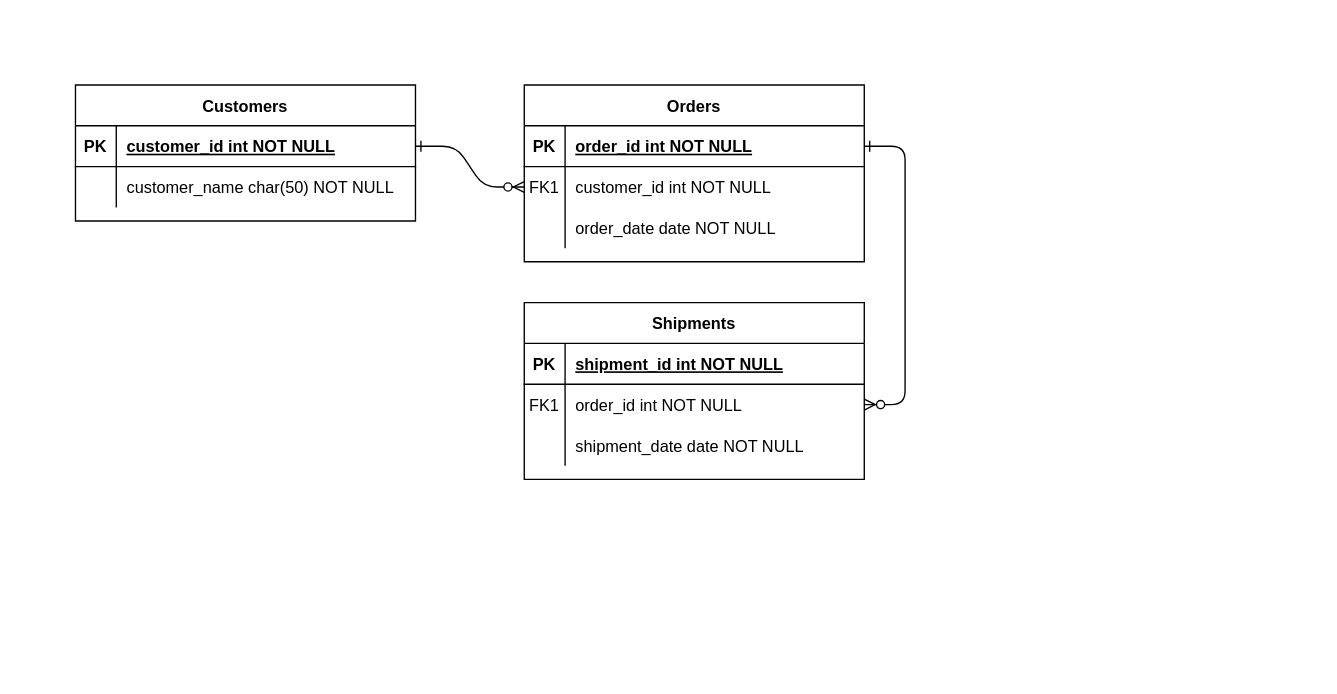
Before: Lab2.drawio in txd5297/Intro-for-ist210, a draw.io diagram. Source tidied: cells renumbered, new cells numbered last; positions are measured from the earlier drawing's top-left corner, leaving out a move shared by most shapes. Both pictures are drawn from the tidied source at 136%, with x=0, y=0 at pixel (75, 84).
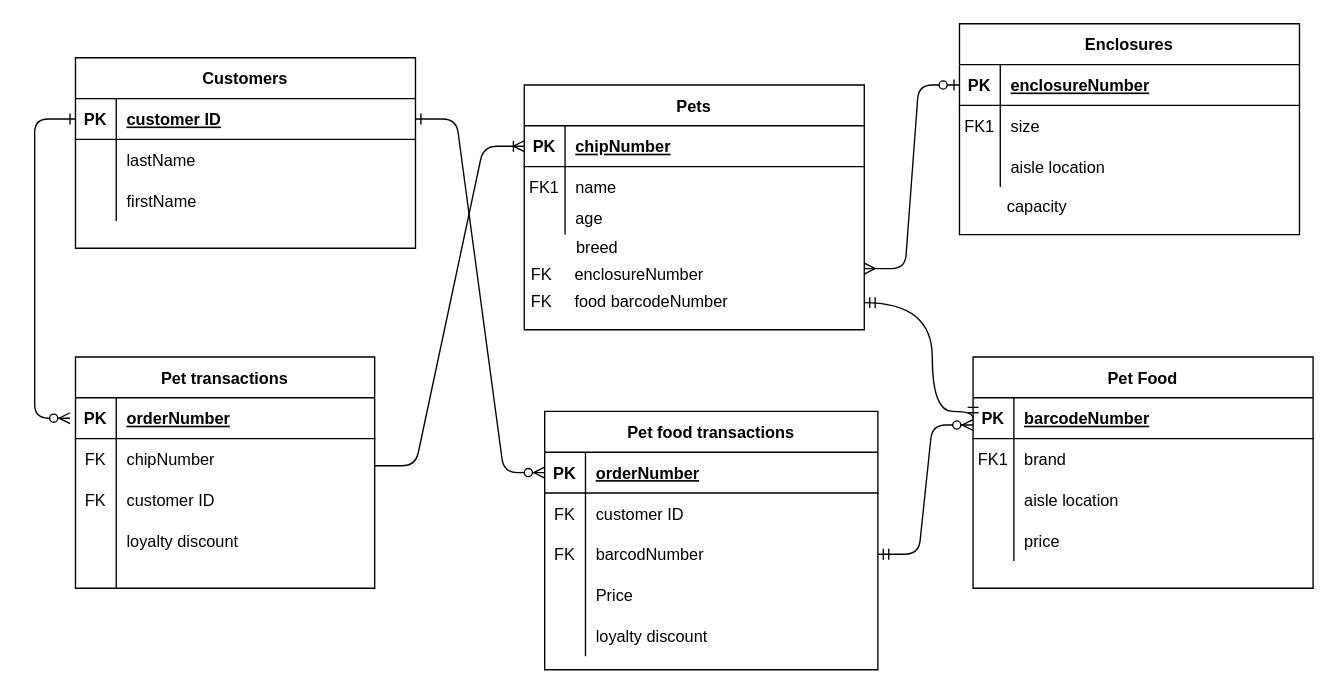
After the change.

The change refers to these unchanged cells:
```xml
<mxCell id="5" style="shape=partialRectangle;fillColor=none;points=[[0,0.5],[1,0.5]];portConstraint=eastwest;top=0;left=0;right=0;bottom=1;" parent="4" vertex="1">
  <mxGeometry y="30" width="250" height="30" as="geometry" />
</mxCell>
<mxCell id="8" style="shape=partialRectangle;fillColor=none;points=[[0,0.5],[1,0.5]];portConstraint=eastwest;top=0;left=0;right=0;bottom=0;" parent="4" vertex="1">
  <mxGeometry y="60" width="250" height="30" as="geometry" />
</mxCell>
<mxCell id="15" style="shape=partialRectangle;fillColor=none;points=[[0,0.5],[1,0.5]];portConstraint=eastwest;top=0;left=0;right=0;bottom=1;" parent="14" vertex="1">
  <mxGeometry y="30" width="250" height="30" as="geometry" />
</mxCell>
<mxCell id="18" style="shape=partialRectangle;fillColor=none;points=[[0,0.5],[1,0.5]];portConstraint=eastwest;top=0;left=0;right=0;bottom=0;" parent="14" vertex="1">
  <mxGeometry y="60" width="250" height="30" as="geometry" />
</mxCell>
<mxCell id="21" style="shape=partialRectangle;fillColor=none;top=0;left=0;right=0;bottom=0;" parent="14" vertex="1">
  <mxGeometry y="90" width="250" height="30" as="geometry" />
</mxCell>
```

The edit, as a diff of the source:
```diff
@@
-    <mxCell id="2" style="edgeStyle=entityRelationEdgeStyle;endArrow=ERzeroToMany;startArrow=ERone;endFill=1;startFill=0;" parent="1" edge="1" source="25" target="8">
+    <mxCell id="2" style="edgeStyle=entityRelationEdgeStyle;endArrow=ERzeroToMany;startArrow=ERone;endFill=1;startFill=0;entryX=0;entryY=0.5;entryDx=0;entryDy=0;" parent="1" edge="1" source="25" target="52">
       <mxGeometry relative="1" as="geometry" />
     </mxCell>
-    <mxCell id="3" style="edgeStyle=entityRelationEdgeStyle;endArrow=ERzeroToMany;startArrow=ERone;endFill=1;startFill=0;" parent="1" edge="1" source="5" target="18">
-      <mxGeometry relative="1" as="geometry" />
-    </mxCell>
-    <mxCell id="4" value="Orders" style="shape=table;startSize=30;childLayout=tableLayout;rowLines=0;fontStyle=1;align=center;" parent="1" vertex="1">
-      <mxGeometry x="330" width="250" height="130" as="geometry" />
+    <mxCell id="4" value="Pets" style="shape=table;startSize=30;childLayout=tableLayout;rowLines=0;fontStyle=1;align=center;" parent="1" vertex="1">
+      <mxGeometry x="330" width="250" height="180" as="geometry" />
     </mxCell>
@@
-    <mxCell id="7" value="order_id int NOT NULL " style="shape=partialRectangle;overflow=hidden;fillColor=none;top=0;left=0;bottom=0;right=0;align=left;spacingLeft=6;fontStyle=5;" parent="5" vertex="1">
+    <mxCell id="7" value="chipNumber" style="shape=partialRectangle;overflow=hidden;fillColor=none;top=0;left=0;bottom=0;right=0;align=left;spacingLeft=6;fontStyle=5;" parent="5" vertex="1">
       <mxGeometry x="30" width="220" height="30" as="geometry" />
     </mxCell>
@@
-    <mxCell id="10" value="customer_id int NOT NULL" style="shape=partialRectangle;overflow=hidden;fillColor=none;top=0;left=0;bottom=0;right=0;align=left;spacingLeft=6;" parent="8" vertex="1">
+    <mxCell id="10" value="name" style="shape=partialRectangle;overflow=hidden;fillColor=none;top=0;left=0;bottom=0;right=0;align=left;spacingLeft=6;" parent="8" vertex="1">
       <mxGeometry x="30" width="220" height="30" as="geometry" />
     </mxCell>
     <mxCell id="11" style="shape=partialRectangle;fillColor=none;top=0;left=0;right=0;bottom=0;" parent="4" vertex="1">
-      <mxGeometry y="90" width="250" height="30" as="geometry" />
+      <mxGeometry y="90" width="250" height="20" as="geometry" />
     </mxCell>
     <mxCell id="12" style="shape=partialRectangle;overflow=hidden;fillColor=none;top=0;left=0;bottom=0;right=0;" parent="11" vertex="1">
-      <mxGeometry width="30" height="30" as="geometry" />
+      <mxGeometry width="30" height="20" as="geometry" />
     </mxCell>
-    <mxCell id="13" value="order_date date NOT NULL" style="shape=partialRectangle;overflow=hidden;fillColor=none;top=0;left=0;bottom=0;right=0;align=left;spacingLeft=6;" parent="11" vertex="1">
-      <mxGeometry x="30" width="220" height="30" as="geometry" />
+    <mxCell id="13" value="age&#10;" style="shape=partialRectangle;overflow=hidden;fillColor=none;top=0;left=0;bottom=0;right=0;align=left;spacingLeft=6;" parent="11" vertex="1">
+      <mxGeometry x="30" width="220" height="20" as="geometry" />
     </mxCell>
+    <mxCell id="31" value="&amp;nbsp; &amp;nbsp; &amp;nbsp;breed" style="text;html=1;align=center;verticalAlign=middle;" parent="1" vertex="1">
+      <mxGeometry x="345" y="110" width="60" height="20" as="geometry" />
+    </mxCell>
+    <mxCell id="32" value="&amp;nbsp; &amp;nbsp; &amp;nbsp; &amp;nbsp; &amp;nbsp; capacity" style="text;html=1;strokeColor=none;fillColor=none;align=left;verticalAlign=middle;whiteSpace=wrap;rounded=0;" parent="1" vertex="1">
+      <mxGeometry x="650" y="80" width="250" height="20" as="geometry" />
+    </mxCell>
+    <mxCell id="33" value="&amp;nbsp;FK&amp;nbsp; &amp;nbsp; &amp;nbsp;enclosureNumber" style="text;html=1;strokeColor=none;fillColor=none;align=left;verticalAlign=middle;whiteSpace=wrap;rounded=0;" parent="1" vertex="1">
+      <mxGeometry x="330" y="130" width="170" height="20" as="geometry" />
+    </mxCell>
+    <mxCell id="34" value="&amp;nbsp;FK&amp;nbsp; &amp;nbsp; &amp;nbsp;food barcodeNumber" style="text;html=1;strokeColor=none;fillColor=none;align=left;verticalAlign=middle;whiteSpace=wrap;rounded=0;" parent="1" vertex="1">
+      <mxGeometry x="330" y="150" width="170" height="20" as="geometry" />
+    </mxCell>
+    <mxCell id="24" value="Customers" style="shape=table;startSize=30;childLayout=tableLayout;rowLines=0;fontStyle=1;align=center;" parent="1" vertex="1">
+      <mxGeometry y="-20" width="250" height="140" as="geometry" />
+    </mxCell>
+    <mxCell id="25" style="shape=partialRectangle;fillColor=none;points=[[0,0.5],[1,0.5]];portConstraint=eastwest;top=0;left=0;right=0;bottom=1;" parent="24" vertex="1">
+      <mxGeometry y="30" width="250" height="30" as="geometry" />
+    </mxCell>
+    <mxCell id="26" value="PK" style="shape=partialRectangle;overflow=hidden;fillColor=none;top=0;left=0;bottom=0;right=0;fontStyle=1;" parent="25" vertex="1">
+      <mxGeometry width="30" height="30" as="geometry" />
+    </mxCell>
+    <mxCell id="27" value="customer ID" style="shape=partialRectangle;overflow=hidden;fillColor=none;top=0;left=0;bottom=0;right=0;align=left;spacingLeft=6;fontStyle=5;" parent="25" vertex="1">
+      <mxGeometry x="30" width="220" height="30" as="geometry" />
+    </mxCell>
+    <mxCell id="28" style="shape=partialRectangle;fillColor=none;top=0;left=0;right=0;bottom=0;" parent="24" vertex="1">
+      <mxGeometry y="60" width="250" height="30" as="geometry" />
+    </mxCell>
+    <mxCell id="29" style="shape=partialRectangle;overflow=hidden;fillColor=none;top=0;left=0;bottom=0;right=0;" parent="28" vertex="1">
+      <mxGeometry width="30" height="30" as="geometry" />
+    </mxCell>
+    <mxCell id="30" value="lastName" style="shape=partialRectangle;overflow=hidden;fillColor=none;top=0;left=0;bottom=0;right=0;align=left;spacingLeft=6;" parent="28" vertex="1">
+      <mxGeometry x="30" width="220" height="30" as="geometry" />
+    </mxCell>
+    <mxCell id="35" style="shape=partialRectangle;fillColor=none;top=0;left=0;bottom=0;right=0;" parent="24" vertex="1">
+      <mxGeometry y="90" width="250" height="30" as="geometry" />
+    </mxCell>
+    <mxCell id="36" style="shape=partialRectangle;fillColor=none;top=0;left=0;bottom=0;right=0;overflow=hidden;" parent="35" vertex="1">
+      <mxGeometry width="30" height="30" as="geometry" />
+    </mxCell>
+    <mxCell id="37" value="firstName" style="shape=partialRectangle;fillColor=none;top=0;left=0;bottom=0;right=0;align=left;spacingLeft=6;overflow=hidden;" parent="35" vertex="1">
+      <mxGeometry x="30" width="220" height="30" as="geometry" />
+    </mxCell>
-    <mxCell id="14" value="Shipments" style="shape=table;startSize=30;childLayout=tableLayout;rowLines=0;fontStyle=1;align=center;" parent="1" vertex="1">
-      <mxGeometry x="330" y="160" width="250" height="130" as="geometry" />
+    <mxCell id="14" value="Enclosures" style="shape=table;startSize=30;childLayout=tableLayout;rowLines=0;fontStyle=1;align=center;" parent="1" vertex="1">
+      <mxGeometry x="650" y="-45" width="250" height="155" as="geometry" />
     </mxCell>
@@
-    <mxCell id="17" value="shipment_id int NOT NULL " style="shape=partialRectangle;overflow=hidden;fillColor=none;top=0;left=0;bottom=0;right=0;align=left;spacingLeft=6;fontStyle=5;" parent="15" vertex="1">
+    <mxCell id="17" value="enclosureNumber" style="shape=partialRectangle;overflow=hidden;fillColor=none;top=0;left=0;bottom=0;right=0;align=left;spacingLeft=6;fontStyle=5;" parent="15" vertex="1">
       <mxGeometry x="30" width="220" height="30" as="geometry" />
     </mxCell>
@@
-    <mxCell id="20" value="order_id int NOT NULL" style="shape=partialRectangle;overflow=hidden;fillColor=none;top=0;left=0;bottom=0;right=0;align=left;spacingLeft=6;" parent="18" vertex="1">
+    <mxCell id="20" value="size" style="shape=partialRectangle;overflow=hidden;fillColor=none;top=0;left=0;bottom=0;right=0;align=left;spacingLeft=6;" parent="18" vertex="1">
       <mxGeometry x="30" width="220" height="30" as="geometry" />
     </mxCell>
@@
-    <mxCell id="23" value="shipment_date date NOT NULL" style="shape=partialRectangle;overflow=hidden;fillColor=none;top=0;left=0;bottom=0;right=0;align=left;spacingLeft=6;" parent="21" vertex="1">
+    <mxCell id="23" value="aisle location" style="shape=partialRectangle;overflow=hidden;fillColor=none;top=0;left=0;bottom=0;right=0;align=left;spacingLeft=6;" parent="21" vertex="1">
       <mxGeometry x="30" width="220" height="30" as="geometry" />
     </mxCell>
-    <mxCell id="24" value="Customers" style="shape=table;startSize=30;childLayout=tableLayout;rowLines=0;fontStyle=1;align=center;" parent="1" vertex="1">
-      <mxGeometry width="250" height="100" as="geometry" />
-    </mxCell>
-    <mxCell id="25" style="shape=partialRectangle;fillColor=none;points=[[0,0.5],[1,0.5]];portConstraint=eastwest;top=0;left=0;right=0;bottom=1;" parent="24" vertex="1">
-      <mxGeometry y="30" width="250" height="30" as="geometry" />
-    </mxCell>
-    <mxCell id="26" value="PK" style="shape=partialRectangle;overflow=hidden;fillColor=none;top=0;left=0;bottom=0;right=0;fontStyle=1;" parent="25" vertex="1">
-      <mxGeometry width="30" height="30" as="geometry" />
-    </mxCell>
-    <mxCell id="27" value="customer_id int NOT NULL " style="shape=partialRectangle;overflow=hidden;fillColor=none;top=0;left=0;bottom=0;right=0;align=left;spacingLeft=6;fontStyle=5;" parent="25" vertex="1">
-      <mxGeometry x="30" width="220" height="30" as="geometry" />
-    </mxCell>
-    <mxCell id="28" style="shape=partialRectangle;fillColor=none;top=0;left=0;right=0;bottom=0;" parent="24" vertex="1">
-      <mxGeometry y="60" width="250" height="30" as="geometry" />
-    </mxCell>
-    <mxCell id="29" style="shape=partialRectangle;overflow=hidden;fillColor=none;top=0;left=0;bottom=0;right=0;" parent="28" vertex="1">
-      <mxGeometry width="30" height="30" as="geometry" />
-    </mxCell>
-    <mxCell id="30" value="customer_name char(50) NOT NULL" style="shape=partialRectangle;overflow=hidden;fillColor=none;top=0;left=0;bottom=0;right=0;align=left;spacingLeft=6;" parent="28" vertex="1">
-      <mxGeometry x="30" width="220" height="30" as="geometry" />
-    </mxCell>
+    <mxCell id="38" value="Pet Food" style="shape=table;startSize=30;childLayout=tableLayout;rowLines=0;fontStyle=1;align=center;" parent="1" vertex="1">
+      <mxGeometry x="660" y="200" width="250" height="170" as="geometry" />
+    </mxCell>
+    <mxCell id="39" style="shape=partialRectangle;fillColor=none;top=0;left=0;right=0;bottom=1;" parent="38" vertex="1">
+      <mxGeometry y="30" width="250" height="30" as="geometry" />
+    </mxCell>
+    <mxCell id="40" value="PK" style="shape=partialRectangle;overflow=hidden;fillColor=none;top=0;left=0;bottom=0;right=0;fontStyle=1;" parent="39" vertex="1">
+      <mxGeometry width="30" height="30" as="geometry" />
+    </mxCell>
+    <mxCell id="41" value="barcodeNumber" style="shape=partialRectangle;overflow=hidden;fillColor=none;top=0;left=0;bottom=0;right=0;align=left;spacingLeft=6;fontStyle=5;" parent="39" vertex="1">
+      <mxGeometry x="30" width="220" height="30" as="geometry" />
+    </mxCell>
+    <mxCell id="42" style="shape=partialRectangle;fillColor=none;top=0;left=0;right=0;bottom=0;" parent="38" vertex="1">
+      <mxGeometry y="60" width="250" height="30" as="geometry" />
+    </mxCell>
+    <mxCell id="43" value="FK1" style="shape=partialRectangle;overflow=hidden;fillColor=none;top=0;left=0;bottom=0;right=0;" parent="42" vertex="1">
+      <mxGeometry width="30" height="30" as="geometry" />
+    </mxCell>
+    <mxCell id="44" value="brand" style="shape=partialRectangle;overflow=hidden;fillColor=none;top=0;left=0;bottom=0;right=0;align=left;spacingLeft=6;" parent="42" vertex="1">
+      <mxGeometry x="30" width="220" height="30" as="geometry" />
+    </mxCell>
+    <mxCell id="45" style="shape=partialRectangle;fillColor=none;top=0;left=0;right=0;bottom=0;" parent="38" vertex="1">
+      <mxGeometry y="90" width="250" height="30" as="geometry" />
+    </mxCell>
+    <mxCell id="46" style="shape=partialRectangle;overflow=hidden;fillColor=none;top=0;left=0;bottom=0;right=0;" parent="45" vertex="1">
+      <mxGeometry width="30" height="30" as="geometry" />
+    </mxCell>
+    <mxCell id="47" value="aisle location" style="shape=partialRectangle;overflow=hidden;fillColor=none;top=0;left=0;bottom=0;right=0;align=left;spacingLeft=6;" parent="45" vertex="1">
+      <mxGeometry x="30" width="220" height="30" as="geometry" />
+    </mxCell>
+    <mxCell id="48" style="shape=partialRectangle;fillColor=none;top=0;left=0;bottom=0;right=0;align=left;" parent="38" vertex="1">
+      <mxGeometry y="120" width="250" height="30" as="geometry" />
+    </mxCell>
+    <mxCell id="49" style="shape=partialRectangle;fillColor=none;top=0;left=0;bottom=0;right=0;overflow=hidden;" parent="48" vertex="1">
+      <mxGeometry width="30" height="30" as="geometry" />
+    </mxCell>
+    <mxCell id="50" value="price" style="shape=partialRectangle;fillColor=none;top=0;left=0;bottom=0;right=0;align=left;spacingLeft=6;overflow=hidden;" parent="48" vertex="1">
+      <mxGeometry x="30" width="220" height="30" as="geometry" />
+    </mxCell>
+    <mxCell id="51" value="Pet food transactions" style="shape=table;startSize=30;childLayout=tableLayout;rowLines=0;fontStyle=1;align=center;" parent="1" vertex="1">
+      <mxGeometry x="345" y="240" width="245" height="190" as="geometry" />
+    </mxCell>
+    <mxCell id="52" style="shape=partialRectangle;fillColor=none;top=0;left=0;bottom=1;right=0;points=[[0,0.5],[1,0.5]];portConstraint=eastwest;" parent="51" vertex="1">
+      <mxGeometry y="30" width="245" height="30" as="geometry" />
+    </mxCell>
+    <mxCell id="53" value="PK" style="shape=partialRectangle;fillColor=none;top=0;left=0;bottom=0;right=0;fontStyle=1;overflow=hidden;" parent="52" vertex="1">
+      <mxGeometry width="30" height="30" as="geometry" />
+    </mxCell>
+    <mxCell id="54" value="orderNumber" style="shape=partialRectangle;fillColor=none;top=0;left=0;bottom=0;right=0;align=left;spacingLeft=6;fontStyle=5;overflow=hidden;" parent="52" vertex="1">
+      <mxGeometry x="30" width="215" height="30" as="geometry" />
+    </mxCell>
+    <mxCell id="55" style="shape=partialRectangle;fillColor=none;top=0;left=0;bottom=0;right=0;" parent="51" vertex="1">
+      <mxGeometry y="60" width="245" height="30" as="geometry" />
+    </mxCell>
+    <mxCell id="56" value="FK" style="shape=partialRectangle;fillColor=none;top=0;left=0;bottom=0;right=0;fontStyle=0;overflow=hidden;" parent="55" vertex="1">
+      <mxGeometry width="30" height="30" as="geometry" />
+    </mxCell>
+    <mxCell id="57" value="customer ID" style="shape=partialRectangle;fillColor=none;top=0;left=0;bottom=0;right=0;align=left;spacingLeft=6;fontStyle=0;overflow=hidden;" parent="55" vertex="1">
+      <mxGeometry x="30" width="215" height="30" as="geometry" />
+    </mxCell>
+    <mxCell id="58" style="shape=partialRectangle;fillColor=none;top=0;left=0;bottom=0;right=0;points=[[0,0.5],[1,0.5]];portConstraint=eastwest;" parent="51" vertex="1">
+      <mxGeometry y="90" width="245" height="30" as="geometry" />
+    </mxCell>
+    <mxCell id="59" value="FK" style="shape=partialRectangle;fillColor=none;top=0;left=0;bottom=0;right=0;fontStyle=0;overflow=hidden;" parent="58" vertex="1">
+      <mxGeometry width="30" height="30" as="geometry" />
+    </mxCell>
+    <mxCell id="60" value="barcodNumber" style="shape=partialRectangle;fillColor=none;top=0;left=0;bottom=0;right=0;align=left;spacingLeft=6;fontStyle=0;overflow=hidden;" parent="58" vertex="1">
+      <mxGeometry x="30" width="215" height="30" as="geometry" />
+    </mxCell>
+    <mxCell id="61" style="shape=partialRectangle;fillColor=none;top=0;left=0;bottom=0;right=0;" parent="51" vertex="1">
+      <mxGeometry y="120" width="245" height="30" as="geometry" />
+    </mxCell>
+    <mxCell id="62" style="shape=partialRectangle;fillColor=none;top=0;left=0;bottom=0;right=0;overflow=hidden;" parent="61" vertex="1">
+      <mxGeometry width="30" height="30" as="geometry" />
+    </mxCell>
+    <mxCell id="63" value="Price" style="shape=partialRectangle;fillColor=none;top=0;left=0;bottom=0;right=0;align=left;spacingLeft=6;overflow=hidden;" parent="61" vertex="1">
+      <mxGeometry x="30" width="215" height="30" as="geometry" />
+    </mxCell>
+    <mxCell id="64" style="shape=partialRectangle;fillColor=none;top=0;left=0;bottom=0;right=0;" parent="51" vertex="1">
+      <mxGeometry y="150" width="245" height="30" as="geometry" />
+    </mxCell>
+    <mxCell id="65" style="shape=partialRectangle;fillColor=none;top=0;left=0;bottom=0;right=0;overflow=hidden;" parent="64" vertex="1">
+      <mxGeometry width="30" height="30" as="geometry" />
+    </mxCell>
+    <mxCell id="66" value="loyalty discount" style="shape=partialRectangle;fillColor=none;top=0;left=0;bottom=0;right=0;align=left;spacingLeft=6;overflow=hidden;" parent="64" vertex="1">
+      <mxGeometry x="30" width="215" height="30" as="geometry" />
+    </mxCell>
+    <mxCell id="67" value="Pet transactions" style="shape=table;startSize=30;childLayout=tableLayout;rowLines=0;fontStyle=1;align=center;" parent="1" vertex="1">
+      <mxGeometry y="200" width="220" height="170" as="geometry" />
+    </mxCell>
+    <mxCell id="68" style="shape=partialRectangle;fillColor=none;top=0;left=0;bottom=1;right=0;" parent="67" vertex="1">
+      <mxGeometry y="30" width="220" height="30" as="geometry" />
+    </mxCell>
+    <mxCell id="69" value="PK" style="shape=partialRectangle;fillColor=none;top=0;left=0;bottom=0;right=0;fontStyle=1;overflow=hidden;" parent="68" vertex="1">
+      <mxGeometry width="30" height="30" as="geometry" />
+    </mxCell>
+    <mxCell id="70" value="orderNumber" style="shape=partialRectangle;fillColor=none;top=0;left=0;bottom=0;right=0;align=left;spacingLeft=6;fontStyle=5;overflow=hidden;" parent="68" vertex="1">
+      <mxGeometry x="30" width="190" height="30" as="geometry" />
+    </mxCell>
+    <mxCell id="71" style="shape=partialRectangle;fillColor=none;top=0;left=0;bottom=0;right=0;align=left;" parent="67" vertex="1">
+      <mxGeometry y="60" width="220" height="30" as="geometry" />
+    </mxCell>
+    <mxCell id="72" value="FK" style="shape=partialRectangle;fillColor=none;top=0;left=0;bottom=0;right=0;fontStyle=0;overflow=hidden;" parent="71" vertex="1">
+      <mxGeometry width="30" height="30" as="geometry" />
+    </mxCell>
+    <mxCell id="73" value="chipNumber" style="shape=partialRectangle;fillColor=none;top=0;left=0;bottom=0;right=0;align=left;spacingLeft=6;fontStyle=0;overflow=hidden;" parent="71" vertex="1">
+      <mxGeometry x="30" width="190" height="30" as="geometry" />
+    </mxCell>
+    <mxCell id="74" style="shape=partialRectangle;fillColor=none;top=0;left=0;bottom=0;right=0;align=left;" parent="67" vertex="1">
+      <mxGeometry y="90" width="220" height="30" as="geometry" />
+    </mxCell>
+    <mxCell id="75" value="FK" style="shape=partialRectangle;fillColor=none;top=0;left=0;bottom=0;right=0;fontStyle=0;overflow=hidden;" parent="74" vertex="1">
+      <mxGeometry width="30" height="30" as="geometry" />
+    </mxCell>
+    <mxCell id="76" value="customer ID" style="shape=partialRectangle;fillColor=none;top=0;left=0;bottom=0;right=0;align=left;spacingLeft=6;fontStyle=0;overflow=hidden;" parent="74" vertex="1">
+      <mxGeometry x="30" width="190" height="30" as="geometry" />
+    </mxCell>
+    <mxCell id="77" style="shape=partialRectangle;fillColor=none;top=0;left=0;bottom=0;right=0;" parent="67" vertex="1">
+      <mxGeometry y="120" width="220" height="30" as="geometry" />
+    </mxCell>
+    <mxCell id="78" style="shape=partialRectangle;fillColor=none;top=0;left=0;bottom=0;right=0;overflow=hidden;" parent="77" vertex="1">
+      <mxGeometry width="30" height="30" as="geometry" />
+    </mxCell>
+    <mxCell id="79" value="loyalty discount" style="shape=partialRectangle;fillColor=none;top=0;left=0;bottom=0;right=0;align=left;spacingLeft=6;overflow=hidden;" parent="77" vertex="1">
+      <mxGeometry x="30" width="190" height="30" as="geometry" />
+    </mxCell>
+    <mxCell id="80" style="shape=partialRectangle;fillColor=none;top=0;left=0;bottom=0;right=0;" parent="67" vertex="1">
+      <mxGeometry y="150" width="220" height="20" as="geometry" />
+    </mxCell>
+    <mxCell id="81" style="shape=partialRectangle;fillColor=none;top=0;left=0;bottom=0;right=0;overflow=hidden;" parent="80" vertex="1">
+      <mxGeometry width="30" height="20" as="geometry" />
+    </mxCell>
+    <mxCell id="82" style="shape=partialRectangle;fillColor=none;top=0;left=0;bottom=0;right=0;align=left;spacingLeft=6;overflow=hidden;" parent="80" vertex="1">
+      <mxGeometry x="30" width="190" height="20" as="geometry" />
+    </mxCell>
+    <mxCell id="83" style="edgeStyle=entityRelationEdgeStyle;fontSize=12;html=1;endArrow=ERzeroToOne;entryX=0;entryY=0.5;entryDx=0;entryDy=0;exitX=1;exitY=0.75;exitDx=0;exitDy=0;startArrow=ERmany;startFill=0;endFill=1;" parent="1" edge="1" source="4" target="15">
+      <mxGeometry relative="1" as="geometry" />
+    </mxCell>
+    <mxCell id="84" style="edgeStyle=orthogonalEdgeStyle;fontSize=12;html=1;endArrow=ERmandOne;startArrow=ERmandOne;curved=1;" parent="1" edge="1">
+      <mxGeometry relative="1" as="geometry">
+        <mxPoint x="660" y="245" as="sourcePoint" />
+        <mxPoint x="580" y="160" as="targetPoint" />
+        <Array as="points">
+          <mxPoint x="660" y="240" />
+          <mxPoint x="630" y="240" />
+          <mxPoint x="630" y="160" />
+        </Array>
+      </mxGeometry>
+    </mxCell>
+    <mxCell id="85" style="edgeStyle=entityRelationEdgeStyle;fontSize=12;html=1;endArrow=ERzeroToMany;startArrow=ERmandOne;exitX=1;exitY=0.5;exitDx=0;exitDy=0;" parent="1" edge="1" source="58">
+      <mxGeometry relative="1" as="geometry">
+        <mxPoint x="660" y="250" as="targetPoint" />
+      </mxGeometry>
+    </mxCell>
+    <mxCell id="86" style="edgeStyle=elbowEdgeStyle;endArrow=ERzeroToMany;startArrow=ERone;endFill=1;startFill=0;exitX=0;exitY=0.5;exitDx=0;exitDy=0;" parent="1" edge="1" source="25">
+      <mxGeometry relative="1" as="geometry">
+        <mxPoint x="-4" y="245" as="targetPoint" />
+        <Array as="points">
+          <mxPoint x="-30" y="130" />
+        </Array>
+      </mxGeometry>
+    </mxCell>
+    <mxCell id="87" style="edgeStyle=entityRelationEdgeStyle;fontSize=12;html=1;endArrow=ERoneToMany;entryX=0;entryY=0.5;entryDx=0;entryDy=0;" parent="1" edge="1" target="5">
+      <mxGeometry relative="1" as="geometry">
+        <mxPoint x="220" y="280" as="sourcePoint" />
+      </mxGeometry>
+    </mxCell>
```
